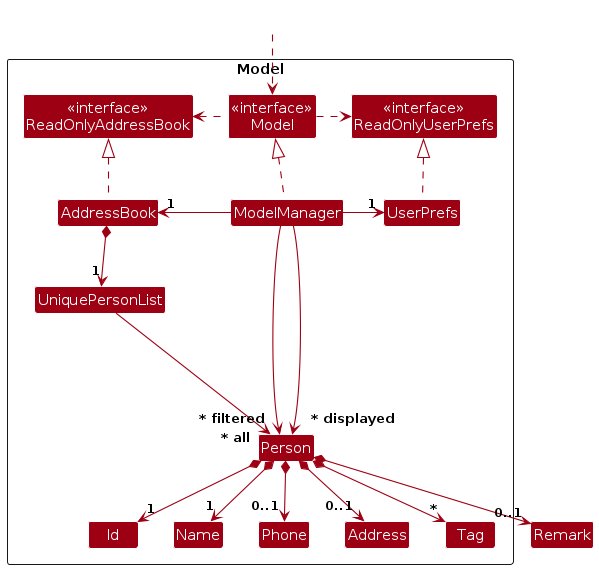
This is docs/images/ModelClassDiagram.png from AY2526S2-CS2103-F09-1/tp, a PlantUML export, as it was before one commit.
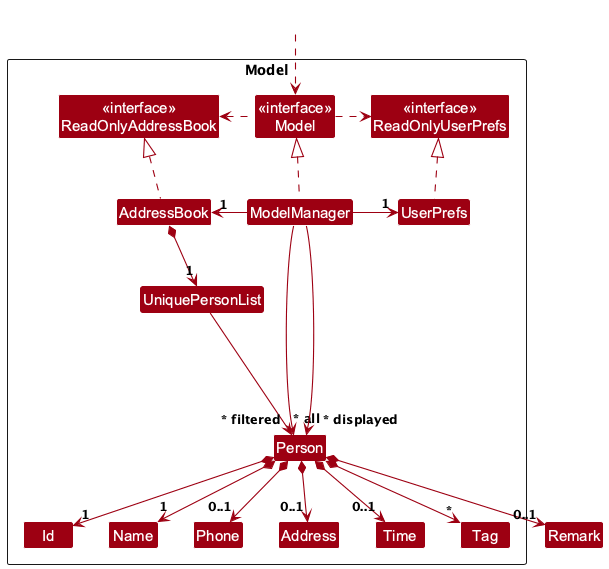
After the commit.

Commit message:
Add Time to model diagrams

Change to the diagram source:
```diff
@@ -18,6 +18,7 @@
 Class Address
 Class Name
 Class Phone
+Class Time
 Class Tag
 
 Class I #FFFFFF
@@ -41,6 +42,7 @@
 Person *--> "1" Name
 Person *--> "0..1" Phone
 Person *--> "0..1" Address
+Person *--> "0..1" Time
 Person *--> "*" Tag
 Person *--> "0..1" Remark
 
@@ -50,7 +52,8 @@
 Id -[hidden]right-> Name
 Name -[hidden]right-> Phone
 Phone -[hidden]right-> Address
-Address -[hidden]right-> Tag
+Address -[hidden]right-> Time
+Time -[hidden]right-> Tag
 Tag -[hidden]right-> Remark
 
 ModelManager --> "~* filtered" Person
```
